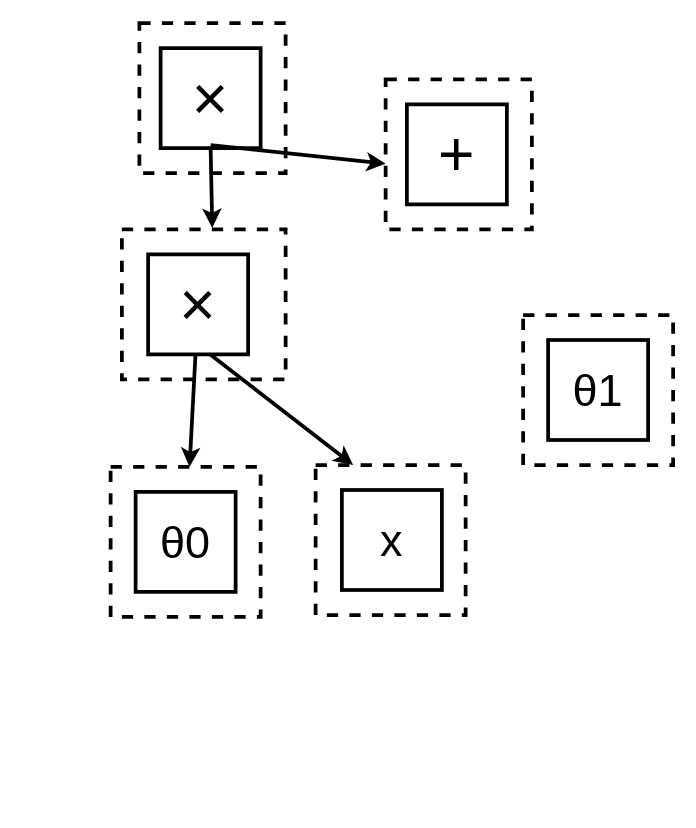
Above: page "overparam" (8 of 12) of draw/egraph_workshop.drawio in folivetti/egraph_slides (draw.io), before the change. Source tidied: cells renumbered, new cells numbered last; positions are measured from the earlier drawing's top-left corner, leaving out a move shared by most shapes. Both pictures are drawn from the tidied source at 125%, with x=0, y=0 at pixel (110, 22).
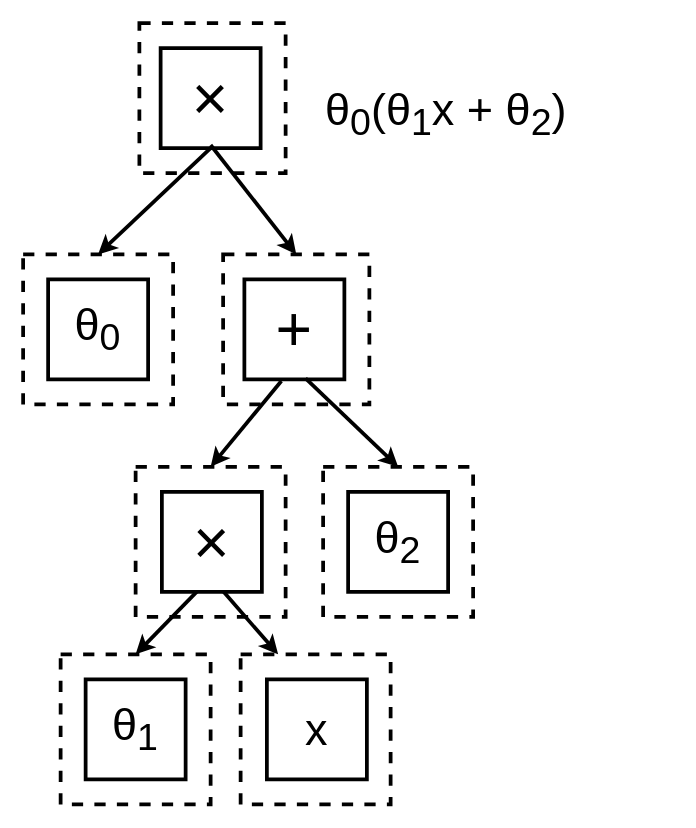
Above is the later version.

Unchanged cells that the change refers to:
```xml
<mxCell id="11" value="&lt;span style=&quot;font-size: 50px;&quot;&gt;×&lt;/span&gt;" style="whiteSpace=wrap;html=1;fillColor=none;strokeWidth=3;" parent="1" vertex="1">
  <mxGeometry x="40" y="20" width="80" height="80" as="geometry" />
</mxCell>
```

Change to the diagram source:
```diff
@@
     <mxCell id="2" style="rounded=0;whiteSpace=wrap;html=1;fillColor=none;dashed=1;strokeWidth=3;" parent="1" vertex="1">
-      <mxGeometry x="9" y="165" width="131" height="120" as="geometry" />
+      <mxGeometry x="20" y="355" width="120" height="120" as="geometry" />
     </mxCell>
     <mxCell id="3" style="rounded=0;whiteSpace=wrap;html=1;fillColor=none;dashed=1;strokeWidth=3;" parent="1" vertex="1">
-      <mxGeometry y="355" width="120" height="120" as="geometry" />
+      <mxGeometry x="-70" y="185" width="120" height="120" as="geometry" />
     </mxCell>
     <mxCell id="4" style="rounded=0;whiteSpace=wrap;html=1;fillColor=none;dashed=1;strokeWidth=3;" parent="1" vertex="1">
-      <mxGeometry x="164" y="353.5" width="120" height="120" as="geometry" />
+      <mxGeometry x="104" y="505" width="120" height="120" as="geometry" />
     </mxCell>
@@
-    <mxCell id="6" value="&lt;font style=&quot;font-size: 36px;&quot;&gt;θ0&lt;/font&gt;" style="whiteSpace=wrap;html=1;fillColor=none;strokeWidth=3;" parent="1" vertex="1">
-      <mxGeometry x="20" y="375" width="80" height="80" as="geometry" />
+    <mxCell id="6" value="&lt;font style=&quot;font-size: 36px;&quot;&gt;θ&lt;sub&gt;0&lt;/sub&gt;&lt;/font&gt;" style="whiteSpace=wrap;html=1;fillColor=none;strokeWidth=3;" parent="1" vertex="1">
+      <mxGeometry x="-50" y="205" width="80" height="80" as="geometry" />
     </mxCell>
     <mxCell id="7" value="&lt;font style=&quot;font-size: 36px;&quot;&gt;x&lt;/font&gt;" style="whiteSpace=wrap;html=1;fillColor=none;strokeWidth=3;" parent="1" vertex="1">
-      <mxGeometry x="185" y="373.5" width="80" height="80" as="geometry" />
+      <mxGeometry x="125" y="525" width="80" height="80" as="geometry" />
     </mxCell>
     <mxCell id="8" value="&lt;font style=&quot;font-size: 50px;&quot;&gt;×&lt;/font&gt;" style="whiteSpace=wrap;html=1;fillColor=none;strokeWidth=3;" parent="1" vertex="1">
-      <mxGeometry x="30" y="185" width="80" height="80" as="geometry" />
+      <mxGeometry x="41" y="375" width="80" height="80" as="geometry" />
     </mxCell>
-    <mxCell id="9" style="endArrow=classic;html=1;rounded=0;strokeWidth=3;" parent="1" edge="1" source="8" target="3">
+    <mxCell id="9" style="endArrow=classic;html=1;rounded=0;strokeWidth=3;entryX=0.5;entryY=0;entryDx=0;entryDy=0;exitX=0.35;exitY=0.997;exitDx=0;exitDy=0;exitPerimeter=0;" parent="1" edge="1" source="8" target="14">
       <mxGeometry relative="1" as="geometry" />
     </mxCell>
@@
-    <mxCell id="12" style="endArrow=classic;html=1;rounded=0;entryX=0.552;entryY=-0.01;entryDx=0;entryDy=0;exitX=0.5;exitY=1;exitDx=0;exitDy=0;strokeWidth=3;entryPerimeter=0;" parent="1" edge="1" source="11" target="2">
+    <mxCell id="12" style="endArrow=classic;html=1;rounded=0;entryX=0.5;entryY=0;entryDx=0;entryDy=0;exitX=0.5;exitY=1;exitDx=0;exitDy=0;strokeWidth=3;" parent="1" edge="1" source="11" target="3">
       <mxGeometry relative="1" as="geometry" />
     </mxCell>
-    <mxCell id="13" style="endArrow=classic;html=1;rounded=0;exitX=0.5;exitY=1;exitDx=0;exitDy=0;strokeWidth=3;" parent="1" edge="1">
+    <mxCell id="13" style="endArrow=classic;html=1;rounded=0;exitX=0.5;exitY=1;exitDx=0;exitDy=0;strokeWidth=3;entryX=0.5;entryY=0;entryDx=0;entryDy=0;" parent="1" edge="1" target="16">
       <mxGeometry relative="1" as="geometry">
         <mxPoint x="80" y="97.5" as="sourcePoint" />
-        <mxPoint x="220" y="112.5" as="targetPoint" />
       </mxGeometry>
     </mxCell>
     <mxCell id="14" style="rounded=0;whiteSpace=wrap;html=1;fillColor=none;dashed=1;strokeWidth=3;" parent="1" vertex="1">
-      <mxGeometry x="330" y="233.5" width="120" height="120" as="geometry" />
+      <mxGeometry x="-40" y="505" width="120" height="120" as="geometry" />
     </mxCell>
-    <mxCell id="15" value="&lt;font style=&quot;font-size: 36px;&quot;&gt;θ1&lt;/font&gt;" style="whiteSpace=wrap;html=1;fillColor=none;strokeWidth=3;" parent="1" vertex="1">
-      <mxGeometry x="350" y="253.5" width="80" height="80" as="geometry" />
+    <mxCell id="15" value="&lt;font style=&quot;font-size: 36px;&quot;&gt;θ&lt;sub&gt;1&lt;/sub&gt;&lt;/font&gt;" style="whiteSpace=wrap;html=1;fillColor=none;strokeWidth=3;" parent="1" vertex="1">
+      <mxGeometry x="-20" y="525" width="80" height="80" as="geometry" />
     </mxCell>
     <mxCell id="16" style="rounded=0;whiteSpace=wrap;html=1;fillColor=none;dashed=1;strokeWidth=3;" parent="1" vertex="1">
-      <mxGeometry x="220" y="45" width="117" height="120" as="geometry" />
+      <mxGeometry x="90" y="185" width="117" height="120" as="geometry" />
     </mxCell>
     <mxCell id="17" value="&lt;span style=&quot;font-size: 50px;&quot;&gt;+&lt;/span&gt;" style="whiteSpace=wrap;html=1;fillColor=none;strokeWidth=3;" parent="1" vertex="1">
-      <mxGeometry x="237" y="65" width="80" height="80" as="geometry" />
+      <mxGeometry x="107" y="205" width="80" height="80" as="geometry" />
     </mxCell>
+    <mxCell id="18" value="&lt;span style=&quot;font-size: 36px; text-align: center;&quot;&gt;θ&lt;sub&gt;0&lt;/sub&gt;(&lt;/span&gt;&lt;span style=&quot;font-size: 36px; text-align: center;&quot;&gt;θ&lt;sub&gt;1&lt;/sub&gt;x +&amp;nbsp;&lt;/span&gt;&lt;span style=&quot;font-size: 36px; text-align: center;&quot;&gt;θ&lt;sub&gt;2&lt;/sub&gt;)&lt;/span&gt;" style="rounded=0;whiteSpace=wrap;html=1;strokeColor=none;fillColor=none;align=left;" parent="1" vertex="1">
+      <mxGeometry x="170" y="5" width="210" height="135" as="geometry" />
+    </mxCell>
+    <mxCell id="19" style="endArrow=classic;html=1;rounded=0;exitX=0.37;exitY=1.016;exitDx=0;exitDy=0;strokeWidth=3;entryX=0.5;entryY=0;entryDx=0;entryDy=0;exitPerimeter=0;" parent="1" edge="1" source="17" target="2">
+      <mxGeometry relative="1" as="geometry" />
+    </mxCell>
+    <mxCell id="20" style="rounded=0;whiteSpace=wrap;html=1;fillColor=none;dashed=1;strokeWidth=3;" parent="1" vertex="1">
+      <mxGeometry x="170" y="355" width="120" height="120" as="geometry" />
+    </mxCell>
+    <mxCell id="21" value="&lt;font style=&quot;font-size: 36px;&quot;&gt;θ&lt;sub&gt;2&lt;/sub&gt;&lt;/font&gt;" style="whiteSpace=wrap;html=1;fillColor=none;strokeWidth=3;" parent="1" vertex="1">
+      <mxGeometry x="190" y="375" width="80" height="80" as="geometry" />
+    </mxCell>
+    <mxCell id="22" style="endArrow=classic;html=1;rounded=0;exitX=0.612;exitY=0.989;exitDx=0;exitDy=0;strokeWidth=3;entryX=0.5;entryY=0;entryDx=0;entryDy=0;exitPerimeter=0;" parent="1" edge="1" source="17" target="20">
+      <mxGeometry relative="1" as="geometry" />
+    </mxCell>
```
